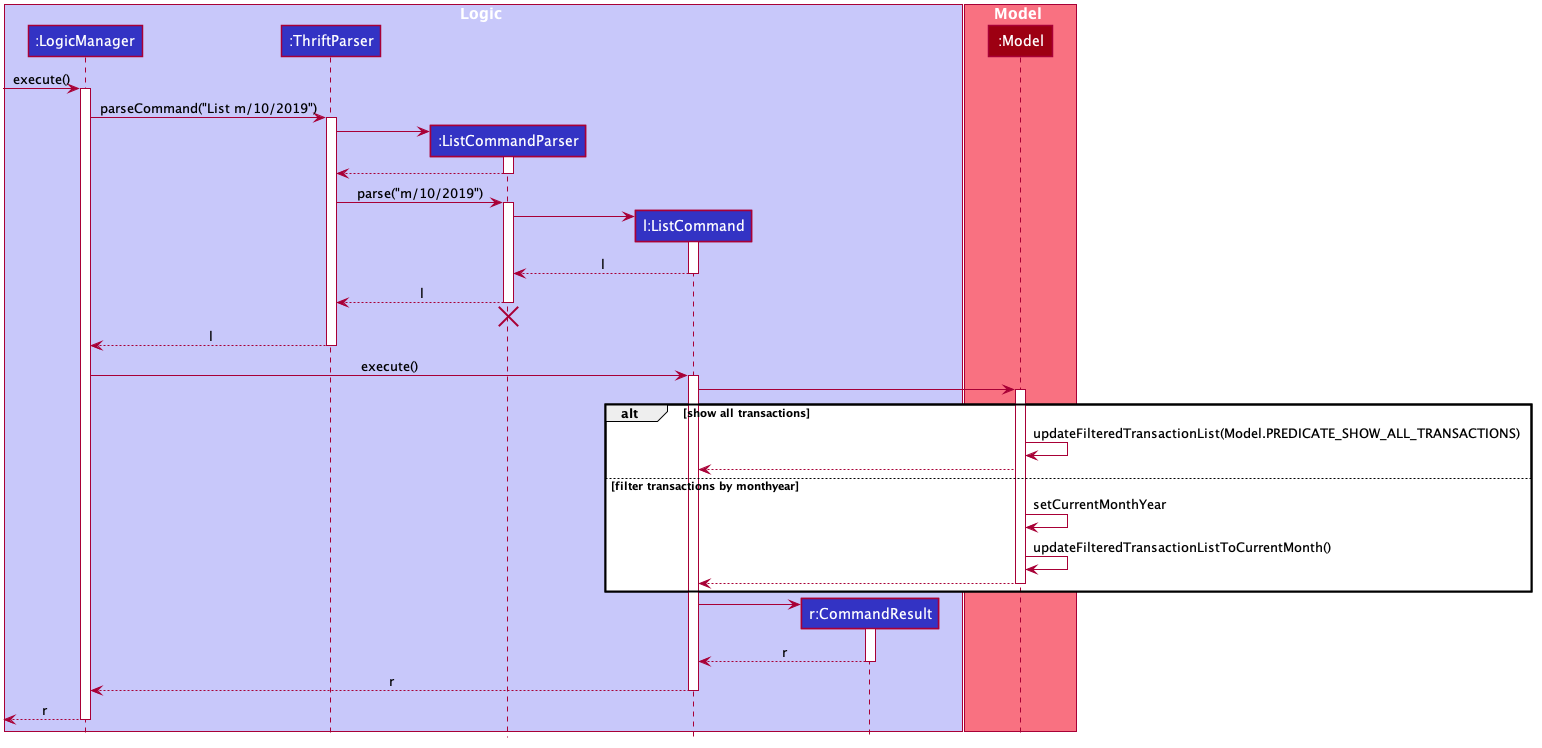
This is docs/images/list/ListSequenceDiagram.png from kensonoenqh/main, a PlantUML export, as it was before one commit.
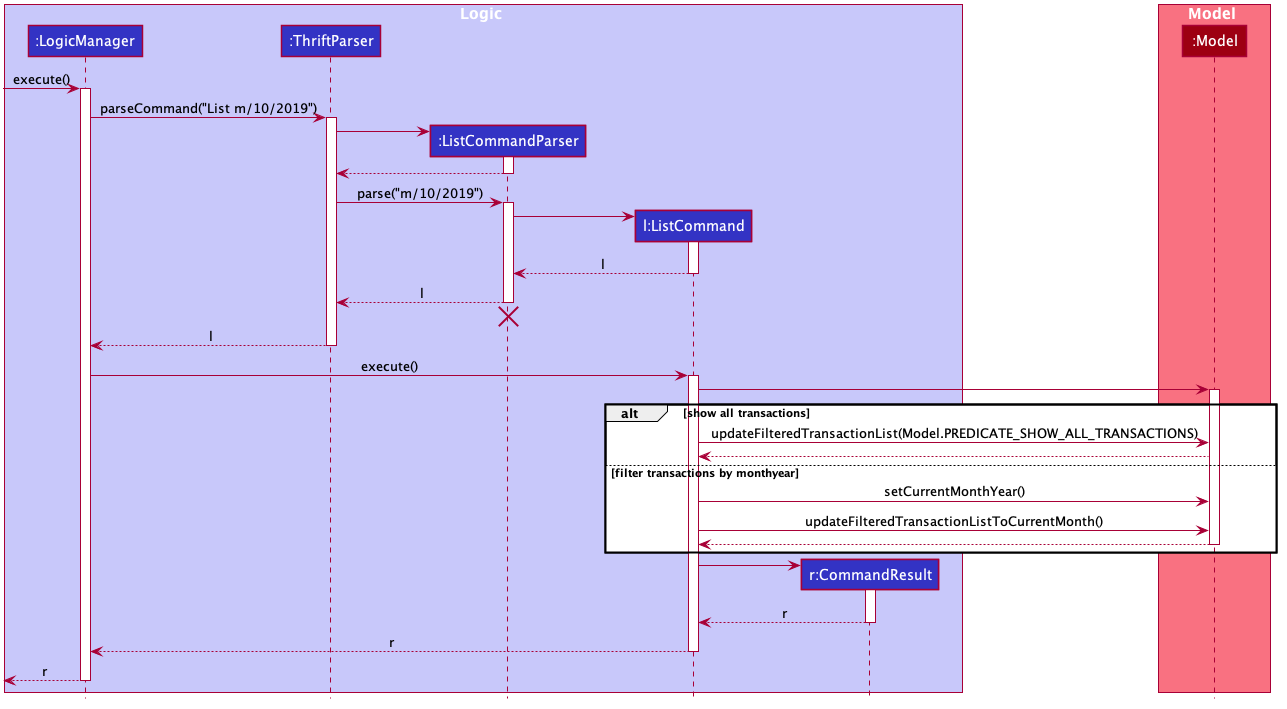
Later version of the same file.

Commit message:
Added UGDG extracts to PPP, and edited multiple changes in DG. added test for listcommand as well.

What changed in the source:
```diff
@@ -97,12 +97,12 @@
 activate Model
 
 alt show all transactions
-    Model -> Model: updateFilteredTransactionList(Model.PREDICATE_SHOW_ALL_TRANSACTIONS)
+    ListCommand -> Model: updateFilteredTransactionList(Model.PREDICATE_SHOW_ALL_TRANSACTIONS)
 Model --> ListCommand
 
 else filter transactions by monthyear
-    Model -> Model: setCurrentMonthYear
-    Model -> Model: updateFilteredTransactionListToCurrentMonth()
+    ListCommand -> Model: setCurrentMonthYear()
+    ListCommand -> Model: updateFilteredTransactionListToCurrentMonth()
 
 Model --> ListCommand
 deactivate Model
```
